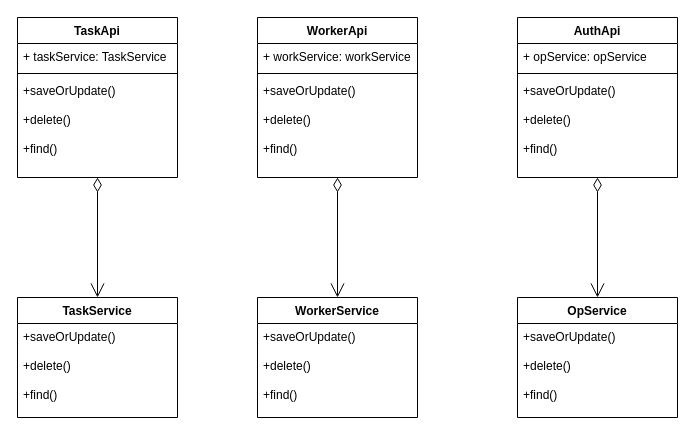
Earlier version of the draw.io diagram api类图.drawio (tianshengdiwangK/common). Source tidied: cells renumbered, new cells numbered last; positions are measured from the earlier drawing's top-left corner, leaving out a move shared by most shapes. Both pictures are drawn from the tidied source at 100%, with x=0, y=0 at pixel (17, 17).
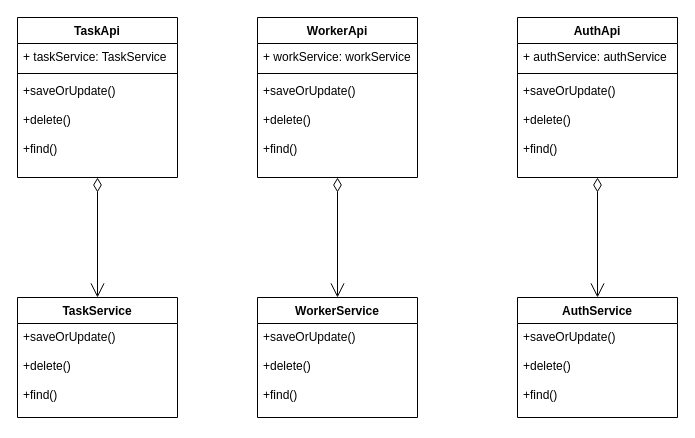
The same diagram, later.

The change refers to these unchanged cells:
```xml
<mxCell id="17" value="AuthApi" style="swimlane;fontStyle=1;align=center;verticalAlign=top;horizontal=1;startSize=26;whiteSpace=wrap;html=1;" parent="1" vertex="1">
  <mxGeometry x="500" width="160" height="160" as="geometry" />
</mxCell>
```

Diff of the diagram source:
```diff
@@
-    <mxCell id="18" value="+ opService: opService" style="text;strokeColor=none;fillColor=none;align=left;verticalAlign=top;spacingLeft=4;spacingRight=4;overflow=hidden;whiteSpace=wrap;html=1;" parent="17" vertex="1">
+    <mxCell id="18" value="+ authService: authService" style="text;strokeColor=none;fillColor=none;align=left;verticalAlign=top;spacingLeft=4;spacingRight=4;overflow=hidden;whiteSpace=wrap;html=1;" parent="17" vertex="1">
       <mxGeometry y="26" width="160" height="26" as="geometry" />
     </mxCell>
@@
-    <mxCell id="21" value="OpService" style="swimlane;fontStyle=1;align=center;verticalAlign=top;horizontal=1;startSize=26;whiteSpace=wrap;html=1;" parent="1" vertex="1">
+    <mxCell id="21" value="AuthService" style="swimlane;fontStyle=1;align=center;verticalAlign=top;horizontal=1;startSize=26;whiteSpace=wrap;html=1;" parent="1" vertex="1">
       <mxGeometry x="500" y="280" width="160" height="120" as="geometry" />
     </mxCell>
```
